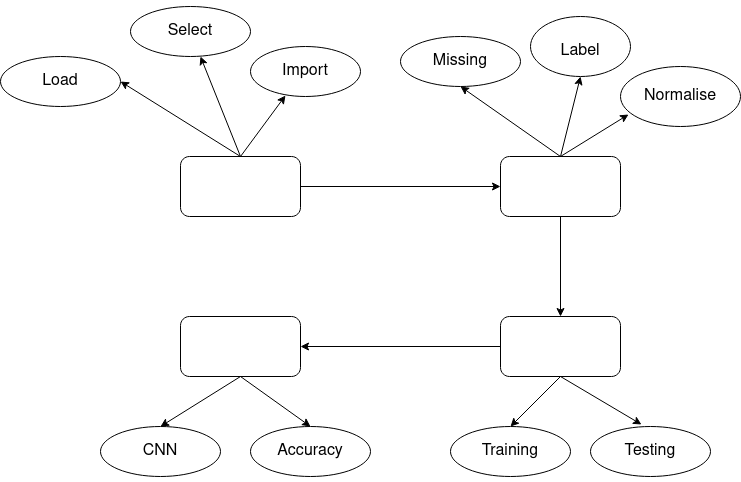
This is ER Diagram.drawio.png from ThenmozhiBalasubramanian/mcaProjectDiagram, a draw.io export, as it was before one commit. Source tidied: cells renumbered, new cells last; positions are measured from the earlier drawing's top-left corner, leaving out a move shared by most shapes.
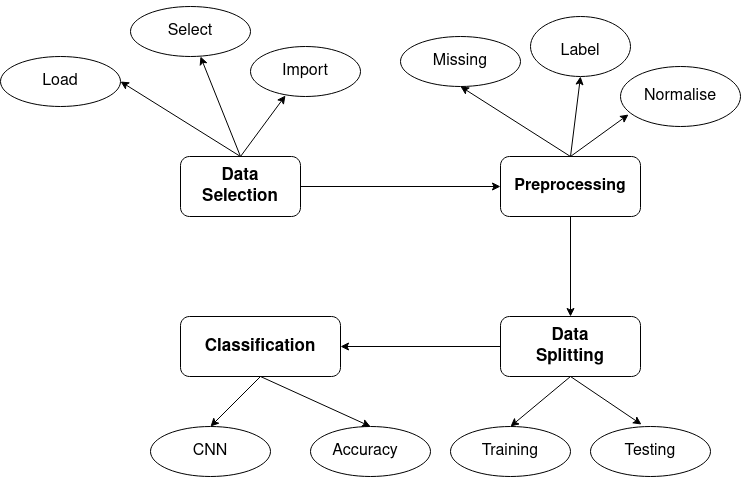
Later version of the same file.

What changed in the source:
```diff
@@ -3,19 +3,19 @@
     <mxCell id="0" />
     <mxCell id="1" parent="0" />
     <mxCell id="2" style="rounded=1;whiteSpace=wrap;html=1;" parent="1" vertex="1">
-      <mxGeometry x="180" y="310" width="120" height="60" as="geometry" />
+      <mxGeometry x="180" y="310" width="160" height="60" as="geometry" />
     </mxCell>
     <mxCell id="3" style="edgeStyle=orthogonalEdgeStyle;rounded=0;jettySize=auto;html=1;exitX=0;exitY=0.5;exitDx=0;exitDy=0;" parent="1" edge="1" source="4" target="2">
       <mxGeometry relative="1" as="geometry" />
     </mxCell>
     <mxCell id="4" style="rounded=1;whiteSpace=wrap;html=1;" parent="1" vertex="1">
-      <mxGeometry x="500" y="310" width="120" height="60" as="geometry" />
+      <mxGeometry x="500" y="310" width="140" height="60" as="geometry" />
     </mxCell>
     <mxCell id="5" style="edgeStyle=orthogonalEdgeStyle;rounded=0;jettySize=auto;html=1;exitX=0.5;exitY=1;exitDx=0;exitDy=0;entryX=0.5;entryY=0;entryDx=0;entryDy=0;" parent="1" edge="1" source="6" target="4">
       <mxGeometry relative="1" as="geometry" />
     </mxCell>
     <mxCell id="6" style="rounded=1;whiteSpace=wrap;html=1;" parent="1" vertex="1">
-      <mxGeometry x="500" y="150" width="120" height="60" as="geometry" />
+      <mxGeometry x="500" y="150" width="140" height="60" as="geometry" />
     </mxCell>
     <mxCell id="7" style="edgeStyle=orthogonalEdgeStyle;rounded=0;jettySize=auto;html=1;exitX=1;exitY=0.5;exitDx=0;exitDy=0;entryX=0;entryY=0.5;entryDx=0;entryDy=0;" parent="1" edge="1" source="8" target="6">
       <mxGeometry relative="1" as="geometry" />
@@ -51,7 +51,7 @@
       <mxGeometry x="275" y="50" width="60" height="30" as="geometry" />
     </mxCell>
     <mxCell id="18" value="&lt;h4 style=&quot;font-size: 16px;&quot;&gt;&lt;font style=&quot;font-size: 16px;&quot;&gt;&lt;span style=&quot;font-weight: normal;&quot;&gt;Accuracy&lt;/span&gt;&lt;/font&gt;&lt;/h4&gt;" style="text;html=1;strokeColor=none;fillColor=none;align=center;verticalAlign=middle;whiteSpace=wrap;rounded=0;" parent="1" vertex="1">
-      <mxGeometry x="280" y="430" width="60" height="30" as="geometry" />
+      <mxGeometry x="335" y="430" width="60" height="30" as="geometry" />
     </mxCell>
     <mxCell id="19" value="&lt;h4 style=&quot;font-size: 16px;&quot;&gt;&lt;font style=&quot;font-size: 16px;&quot;&gt;&lt;span style=&quot;font-weight: normal;&quot;&gt;Label&lt;/span&gt;&lt;/font&gt;&lt;/h4&gt;" style="text;html=1;strokeColor=none;fillColor=none;align=center;verticalAlign=middle;whiteSpace=wrap;rounded=0;" parent="1" vertex="1">
       <mxGeometry x="550" y="30" width="60" height="30" as="geometry" />
@@ -69,7 +69,7 @@
       <mxGeometry x="620" y="430" width="60" height="30" as="geometry" />
     </mxCell>
     <mxCell id="24" value="&lt;h4&gt;&lt;font size=&quot;1&quot;&gt;&lt;span style=&quot;font-weight: normal; font-size: 16px;&quot;&gt;CNN&lt;/span&gt;&lt;/font&gt;&lt;/h4&gt;" style="text;html=1;strokeColor=none;fillColor=none;align=center;verticalAlign=middle;whiteSpace=wrap;rounded=0;" parent="1" vertex="1">
-      <mxGeometry x="130" y="430" width="60" height="30" as="geometry" />
+      <mxGeometry x="180" y="430" width="60" height="30" as="geometry" />
     </mxCell>
     <mxCell id="25" style="ellipse;whiteSpace=wrap;html=1;fontSize=16;fillColor=none;" parent="1" vertex="1">
       <mxGeometry x="400" y="30" width="120" height="50" as="geometry" />
@@ -80,10 +80,8 @@
     <mxCell id="27" style="ellipse;whiteSpace=wrap;html=1;fontSize=16;fillColor=none;" parent="1" vertex="1">
       <mxGeometry x="620" y="60" width="120" height="60" as="geometry" />
     </mxCell>
-    <mxCell id="28" style="endArrow=classic;html=1;rounded=0;fontSize=16;entryX=0.5;entryY=1;entryDx=0;entryDy=0;" parent="1" edge="1" target="25">
-      <mxGeometry relative="1" as="geometry">
-        <mxPoint x="560" y="150" as="sourcePoint" />
-      </mxGeometry>
+    <mxCell id="28" style="endArrow=classic;html=1;rounded=0;fontSize=16;entryX=0.5;entryY=1;entryDx=0;entryDy=0;exitX=0.5;exitY=0;exitDx=0;exitDy=0;" parent="1" edge="1" source="6" target="25">
+      <mxGeometry relative="1" as="geometry" />
     </mxCell>
     <mxCell id="29" style="endArrow=classic;html=1;rounded=0;fontSize=16;exitX=0.5;exitY=0;exitDx=0;exitDy=0;entryX=0.5;entryY=1;entryDx=0;entryDy=0;entryPerimeter=0;" parent="1" edge="1" source="6" target="26">
       <mxGeometry relative="1" as="geometry" />
@@ -92,10 +90,10 @@
       <mxGeometry relative="1" as="geometry" />
     </mxCell>
     <mxCell id="31" style="ellipse;whiteSpace=wrap;html=1;fillColor=none;" parent="1" vertex="1">
-      <mxGeometry x="100" y="420" width="120" height="50" as="geometry" />
+      <mxGeometry x="150" y="420" width="120" height="50" as="geometry" />
     </mxCell>
     <mxCell id="32" style="ellipse;whiteSpace=wrap;html=1;fillColor=none;" parent="1" vertex="1">
-      <mxGeometry x="250" y="420" width="120" height="50" as="geometry" />
+      <mxGeometry x="310" y="420" width="120" height="50" as="geometry" />
     </mxCell>
     <mxCell id="33" style="ellipse;whiteSpace=wrap;html=1;fillColor=none;" parent="1" vertex="1">
       <mxGeometry x="450" y="420" width="120" height="50" as="geometry" />
@@ -109,13 +107,23 @@
     <mxCell id="36" style="endArrow=classic;html=1;rounded=0;fontSize=16;entryX=0.5;entryY=0;entryDx=0;entryDy=0;exitX=0.5;exitY=1;exitDx=0;exitDy=0;" parent="1" edge="1" source="4" target="33">
       <mxGeometry relative="1" as="geometry" />
     </mxCell>
-    <mxCell id="37" style="endArrow=classic;html=1;rounded=0;fontSize=16;entryX=0.5;entryY=0;entryDx=0;entryDy=0;" parent="1" edge="1" target="32">
-      <mxGeometry relative="1" as="geometry">
-        <mxPoint x="240" y="370" as="sourcePoint" />
-      </mxGeometry>
+    <mxCell id="37" style="endArrow=classic;html=1;rounded=0;fontSize=16;entryX=0.5;entryY=0;entryDx=0;entryDy=0;exitX=0.5;exitY=1;exitDx=0;exitDy=0;" parent="1" edge="1" source="2" target="32">
+      <mxGeometry relative="1" as="geometry" />
     </mxCell>
     <mxCell id="38" style="endArrow=classic;html=1;rounded=0;fontSize=16;entryX=0.5;entryY=0;entryDx=0;entryDy=0;exitX=0.5;exitY=1;exitDx=0;exitDy=0;" parent="1" edge="1" source="2" target="31">
       <mxGeometry relative="1" as="geometry" />
     </mxCell>
+    <mxCell id="39" value="&lt;h4 style=&quot;font-size: 17px;&quot;&gt;&lt;font style=&quot;font-size: 17px;&quot;&gt;Data Splitting&lt;/font&gt;&lt;/h4&gt;" style="text;html=1;strokeColor=none;fillColor=none;align=center;verticalAlign=middle;whiteSpace=wrap;rounded=0;fontSize=16;" parent="1" vertex="1">
+      <mxGeometry x="530" y="325" width="80" height="30" as="geometry" />
+    </mxCell>
+    <mxCell id="40" value="&lt;h4&gt;&lt;font style=&quot;font-size: 17px;&quot;&gt;Classification&lt;/font&gt;&lt;/h4&gt;" style="text;html=1;strokeColor=none;fillColor=none;align=center;verticalAlign=middle;whiteSpace=wrap;rounded=0;fontSize=16;" parent="1" vertex="1">
+      <mxGeometry x="230" y="325" width="60" height="30" as="geometry" />
+    </mxCell>
+    <mxCell id="41" value="&lt;h4&gt;Preprocessing&lt;/h4&gt;" style="text;html=1;strokeColor=none;fillColor=none;align=center;verticalAlign=middle;whiteSpace=wrap;rounded=0;fontSize=16;" parent="1" vertex="1">
+      <mxGeometry x="540" y="165" width="60" height="30" as="geometry" />
+    </mxCell>
+    <mxCell id="42" value="&lt;h4 style=&quot;font-size: 17px;&quot;&gt;Data Selection&lt;/h4&gt;" style="text;html=1;strokeColor=none;fillColor=none;align=center;verticalAlign=middle;whiteSpace=wrap;rounded=0;fontSize=16;" parent="1" vertex="1">
+      <mxGeometry x="210" y="165" width="60" height="30" as="geometry" />
+    </mxCell>
   </root>
 </mxGraphModel>
```
